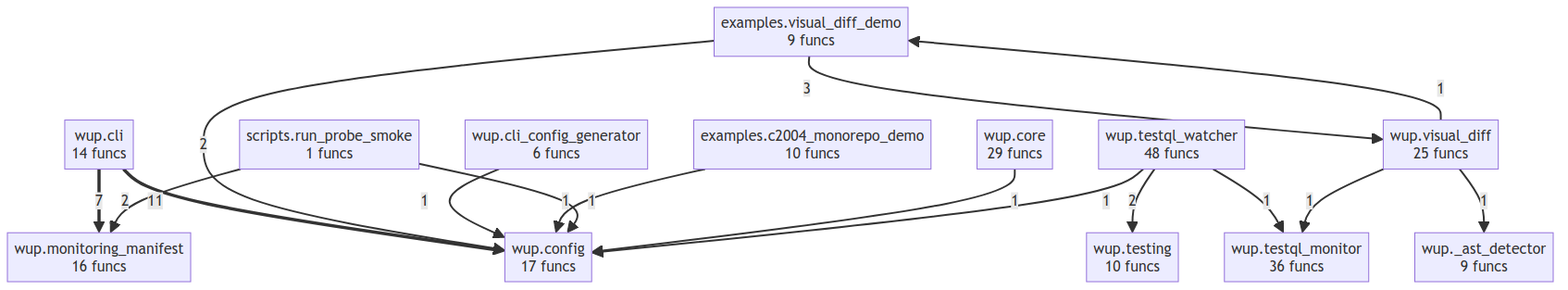
Before: project/compact_flow.png, a diagram exported from Mermaid (semcod/wup). Its source is kept beside it as project/compact_flow.mmd.
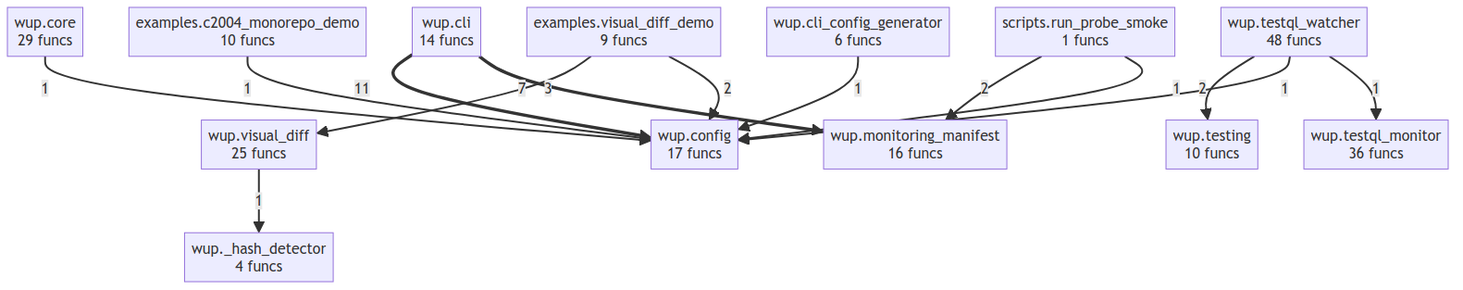
The same file after the commit.

Change to the diagram source:
```diff
@@ -2,7 +2,7 @@
     examples__c2004_monorepo_demo["examples.c2004_monorepo_demo<br/>10 funcs"]
     examples__visual_diff_demo["examples.visual_diff_demo<br/>9 funcs"]
     scripts__run_probe_smoke["scripts.run_probe_smoke<br/>1 funcs"]
-    wup___ast_detector["wup._ast_detector<br/>9 funcs"]
+    wup___hash_detector["wup._hash_detector<br/>4 funcs"]
     wup__cli["wup.cli<br/>14 funcs"]
     wup__cli_config_generator["wup.cli_config_generator<br/>6 funcs"]
     wup__config["wup.config<br/>17 funcs"]
@@ -16,14 +16,12 @@
     wup__cli ==>|7| wup__monitoring_manifest
     examples__visual_diff_demo -->|3| wup__visual_diff
     examples__visual_diff_demo -->|2| wup__config
+    wup__testql_watcher -->|2| wup__testing
     scripts__run_probe_smoke -->|2| wup__monitoring_manifest
-    wup__testql_watcher -->|2| wup__testing
-    wup__cli_config_generator -->|1| wup__config
+    wup__core -->|1| wup__config
+    wup__visual_diff -->|1| wup___hash_detector
     examples__c2004_monorepo_demo -->|1| wup__config
-    scripts__run_probe_smoke -->|1| wup__config
-    wup__core -->|1| wup__config
     wup__testql_watcher -->|1| wup__config
     wup__testql_watcher -->|1| wup__testql_monitor
-    wup__visual_diff -->|1| wup__testql_monitor
-    wup__visual_diff -->|1| wup___ast_detector
-    wup__visual_diff -->|1| examples__visual_diff_demo
+    scripts__run_probe_smoke -->|1| wup__config
+    wup__cli_config_generator -->|1| wup__config
```
